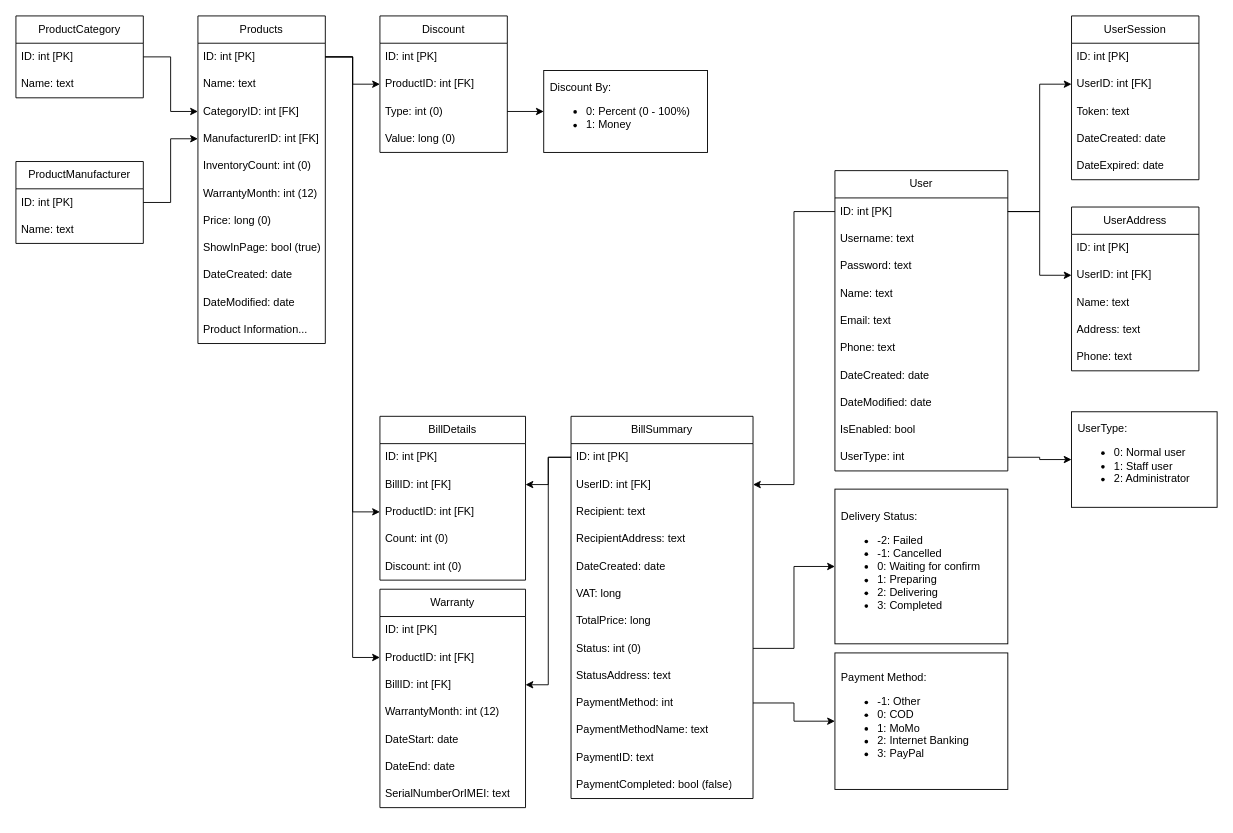
Earlier version of the draw.io diagram docs/PhoneStoreManager.drawio (ZoeMeow1027/capstone-project). Source tidied: cells renumbered, new cells numbered last; positions are measured from the earlier drawing's top-left corner, leaving out a move shared by most shapes. Both pictures are drawn from the tidied source at 91%, with x=0, y=0 at pixel (15, 15).
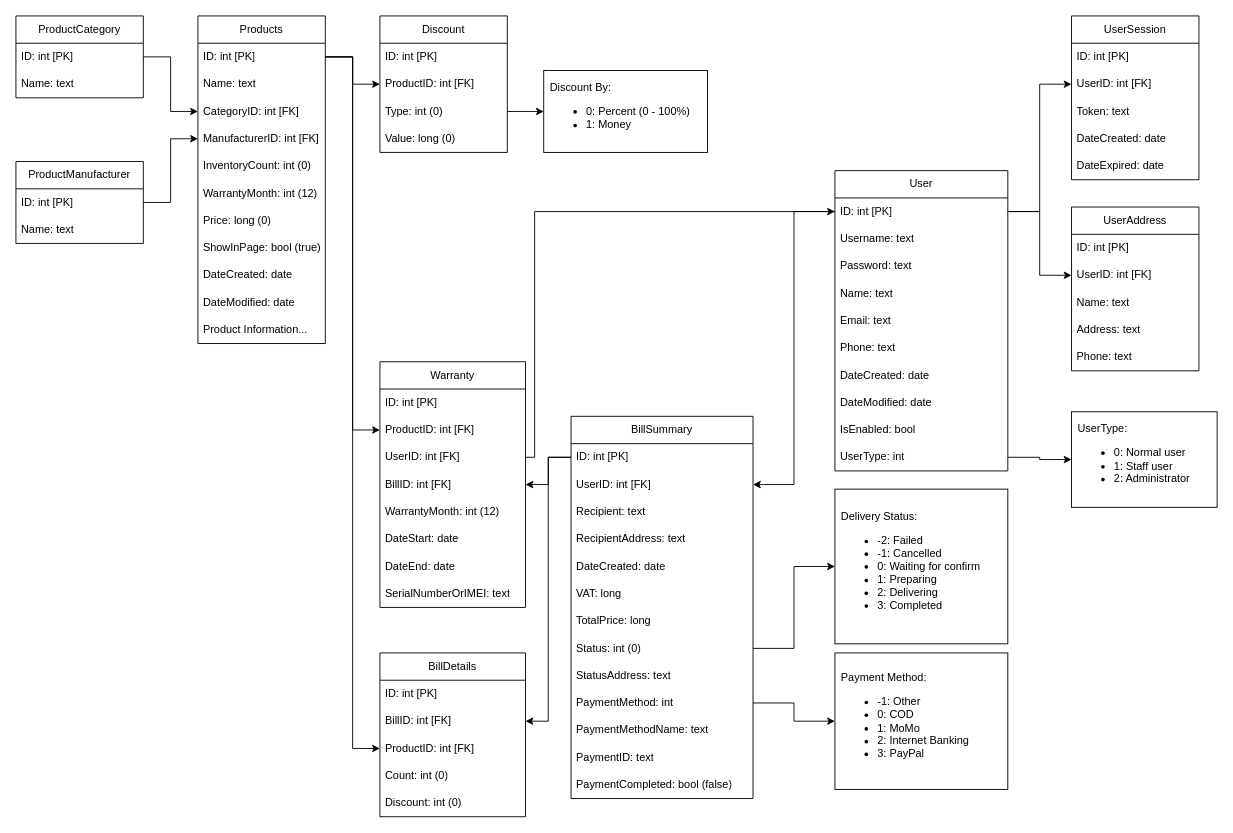
The same diagram, later.

Unchanged cells that the change refers to:
```xml
<mxCell id="3" value="ID: int [PK]" style="text;strokeColor=none;fillColor=none;align=left;verticalAlign=middle;spacingLeft=4;spacingRight=4;overflow=hidden;points=[[0,0.5],[1,0.5]];portConstraint=eastwest;whiteSpace=wrap;html=1;" parent="2" vertex="1">
  <mxGeometry y="30" width="140" height="30" as="geometry" />
</mxCell>
<mxCell id="18" value="ID: int [PK]" style="text;strokeColor=none;fillColor=none;align=left;verticalAlign=middle;spacingLeft=4;spacingRight=4;overflow=hidden;points=[[0,0.5],[1,0.5]];portConstraint=eastwest;whiteSpace=wrap;html=1;" parent="17" vertex="1">
  <mxGeometry y="30" width="190" height="30" as="geometry" />
</mxCell>
<mxCell id="60" value="ProductID: int [FK]" style="text;strokeColor=none;fillColor=none;align=left;verticalAlign=middle;spacingLeft=4;spacingRight=4;overflow=hidden;points=[[0,0.5],[1,0.5]];portConstraint=eastwest;whiteSpace=wrap;html=1;" parent="57" vertex="1">
  <mxGeometry y="90" width="160" height="30" as="geometry" />
</mxCell>
```

The edit, as a diff of the source:
```diff
@@
     <mxCell id="57" value="BillDetails" style="swimlane;fontStyle=0;horizontal=1;startSize=30;whiteSpace=wrap;html=1;" parent="1" vertex="1">
-      <mxGeometry x="400" y="440" width="160" height="180" as="geometry" />
+      <mxGeometry x="400" y="700" width="160" height="180" as="geometry" />
     </mxCell>
@@
     <mxCell id="76" style="edgeStyle=orthogonalEdgeStyle;rounded=0;jettySize=auto;html=1;entryX=0;entryY=0.5;entryDx=0;entryDy=0;" parent="1" edge="1" source="3" target="60">
       <mxGeometry relative="1" as="geometry">
         <Array as="points">
           <mxPoint x="370" y="45" />
-          <mxPoint x="370" y="545" />
+          <mxPoint x="370" y="805" />
         </Array>
       </mxGeometry>
     </mxCell>
@@
     <mxCell id="84" value="Warranty" style="swimlane;fontStyle=0;horizontal=1;startSize=30;whiteSpace=wrap;html=1;" parent="1" vertex="1">
-      <mxGeometry x="400" y="630" width="160" height="240" as="geometry" />
+      <mxGeometry x="400" y="380" width="160" height="270" as="geometry" />
     </mxCell>
@@
+    <mxCell id="94" value="UserID: int [FK]" style="text;strokeColor=none;fillColor=none;align=left;verticalAlign=middle;spacingLeft=4;spacingRight=4;overflow=hidden;points=[[0,0.5],[1,0.5]];portConstraint=eastwest;whiteSpace=wrap;html=1;" parent="84" vertex="1">
+      <mxGeometry y="90" width="160" height="30" as="geometry" />
+    </mxCell>
     <mxCell id="87" value="BillID: int [FK]" style="text;strokeColor=none;fillColor=none;align=left;verticalAlign=middle;spacingLeft=4;spacingRight=4;overflow=hidden;points=[[0,0.5],[1,0.5]];portConstraint=eastwest;whiteSpace=wrap;html=1;" parent="84" vertex="1">
-      <mxGeometry y="90" width="160" height="30" as="geometry" />
+      <mxGeometry y="120" width="160" height="30" as="geometry" />
     </mxCell>
     <mxCell id="88" value="WarrantyMonth: int (12)" style="text;strokeColor=none;fillColor=none;align=left;verticalAlign=middle;spacingLeft=4;spacingRight=4;overflow=hidden;whiteSpace=wrap;html=1;" parent="84" vertex="1">
-      <mxGeometry y="120" width="160" height="30" as="geometry" />
+      <mxGeometry y="150" width="160" height="30" as="geometry" />
     </mxCell>
     <mxCell id="89" value="DateStart: date" style="text;strokeColor=none;fillColor=none;align=left;verticalAlign=middle;spacingLeft=4;spacingRight=4;overflow=hidden;whiteSpace=wrap;html=1;" parent="84" vertex="1">
-      <mxGeometry y="150" width="160" height="30" as="geometry" />
+      <mxGeometry y="180" width="160" height="30" as="geometry" />
     </mxCell>
     <mxCell id="90" value="DateEnd: date" style="text;strokeColor=none;fillColor=none;align=left;verticalAlign=middle;spacingLeft=4;spacingRight=4;overflow=hidden;whiteSpace=wrap;html=1;" parent="84" vertex="1">
-      <mxGeometry y="180" width="160" height="30" as="geometry" />
+      <mxGeometry y="210" width="160" height="30" as="geometry" />
     </mxCell>
     <mxCell id="91" value="SerialNumberOrIMEI: text" style="text;strokeColor=none;fillColor=none;align=left;verticalAlign=middle;spacingLeft=4;spacingRight=4;overflow=hidden;whiteSpace=wrap;html=1;" parent="84" vertex="1">
-      <mxGeometry y="210" width="160" height="30" as="geometry" />
+      <mxGeometry y="240" width="160" height="30" as="geometry" />
     </mxCell>
@@
+    <mxCell id="95" style="edgeStyle=orthogonalEdgeStyle;html=1;entryX=0;entryY=0.5;entryDx=0;entryDy=0;rounded=0;" parent="1" edge="1" source="94" target="18">
+      <mxGeometry relative="1" as="geometry">
+        <Array as="points">
+          <mxPoint x="570" y="485" />
+          <mxPoint x="570" y="215" />
+        </Array>
+      </mxGeometry>
+    </mxCell>
```
